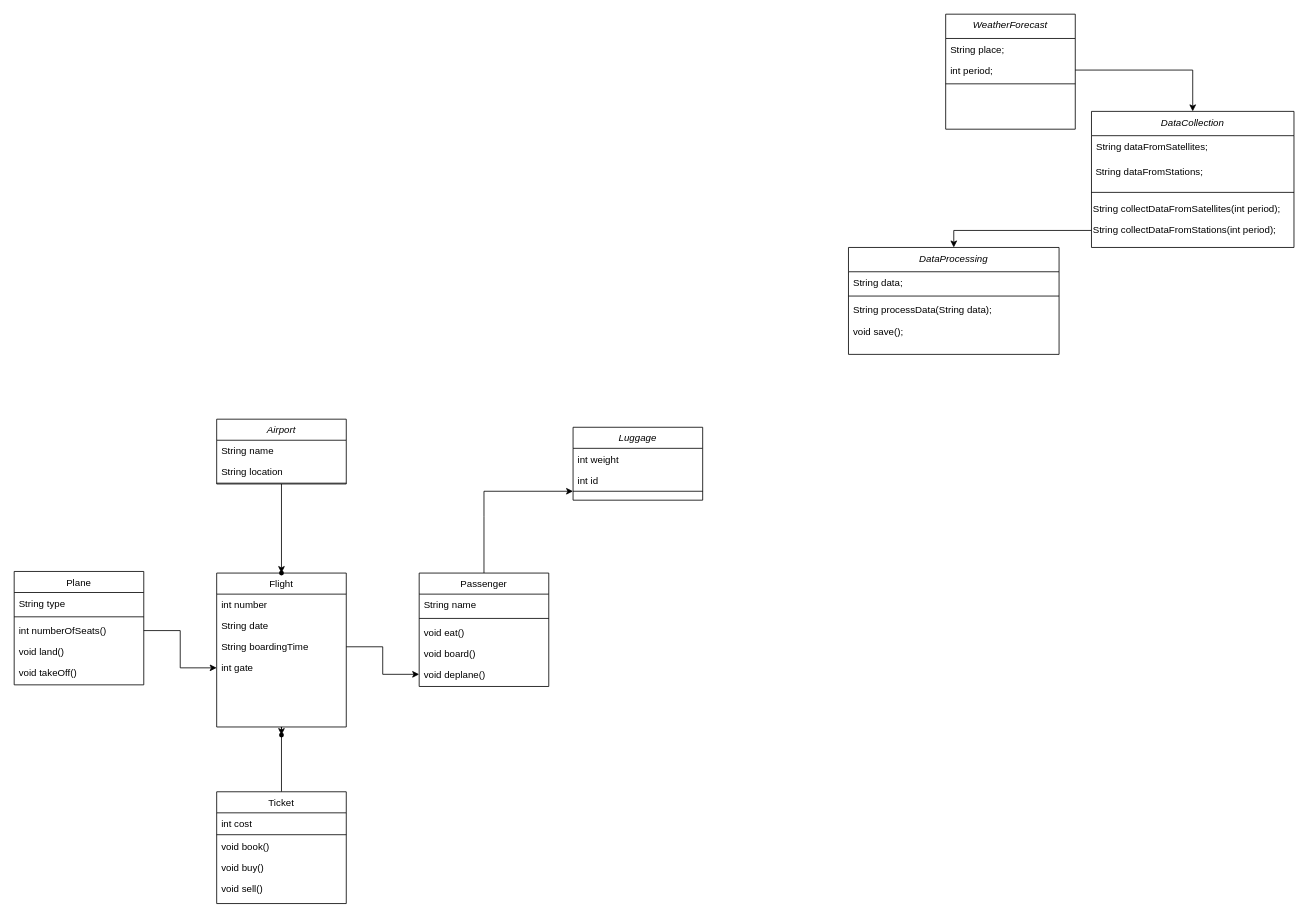
This is Untitled Diagram.drawio from istamendil/istamendil-kfu-programming-java1, a draw.io file, before an edit. Source tidied: cells renumbered, new cells numbered last; positions are measured from the earlier drawing's top-left corner, leaving out a move shared by most shapes. Both pictures are drawn from the tidied source at 81%, with x=0, y=0 at pixel (14, 14).
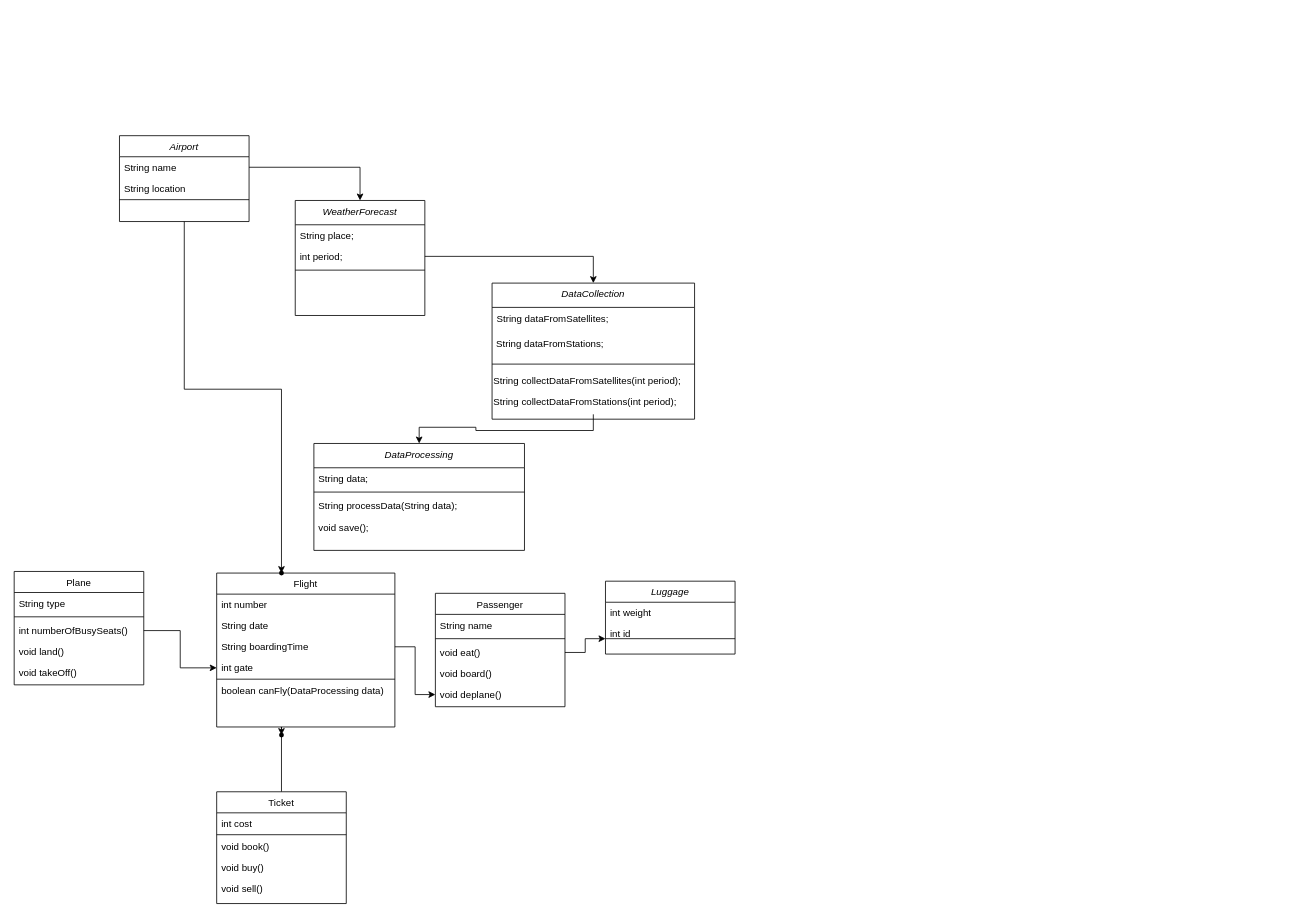
After the change.

Unchanged cells that the change refers to:
```xml
<mxCell id="4" value="String name" style="text;align=left;verticalAlign=top;spacingLeft=4;spacingRight=4;overflow=hidden;points=[[0,0.5],[1,0.5]];portConstraint=eastwest;rounded=0;shadow=0;html=0;" parent="3" vertex="1">
  <mxGeometry y="26" width="160" height="26" as="geometry" />
</mxCell>
<mxCell id="16" value="void eat()" style="text;align=left;verticalAlign=top;spacingLeft=4;spacingRight=4;overflow=hidden;points=[[0,0.5],[1,0.5]];portConstraint=eastwest;rounded=0;shadow=0;html=0;" parent="13" vertex="1">
  <mxGeometry y="60" width="160" height="26" as="geometry" />
</mxCell>
<mxCell id="19" value="Plane" style="swimlane;fontStyle=0;align=center;verticalAlign=top;horizontal=1;startSize=26;rounded=0;shadow=0;strokeWidth=1;" parent="1" vertex="1">
  <mxGeometry y="688" width="160" height="140" as="geometry" />
</mxCell>
```

Change to the diagram source:
```diff
@@
     <mxCell id="3" value="Airport" style="swimlane;fontStyle=2;align=center;verticalAlign=top;horizontal=1;startSize=26;rounded=0;shadow=0;strokeWidth=1;" parent="1" vertex="1">
-      <mxGeometry x="250" y="500" width="160" height="80" as="geometry" />
+      <mxGeometry x="130" y="150" width="160" height="106" as="geometry" />
     </mxCell>
@@
     <mxCell id="7" value="Flight" style="swimlane;fontStyle=0;align=center;verticalAlign=top;horizontal=1;startSize=26;rounded=0;shadow=0;strokeWidth=1;" parent="1" vertex="1">
-      <mxGeometry x="250" y="690" width="160" height="190" as="geometry" />
+      <mxGeometry x="250" y="690" width="220" height="190" as="geometry" />
     </mxCell>
     <mxCell id="8" value="int number" style="text;align=left;verticalAlign=top;spacingLeft=4;spacingRight=4;overflow=hidden;" parent="7" vertex="1">
-      <mxGeometry y="26" width="160" height="26" as="geometry" />
+      <mxGeometry y="26" width="220" height="26" as="geometry" />
     </mxCell>
     <mxCell id="9" value="String date" style="text;align=left;verticalAlign=top;spacingLeft=4;spacingRight=4;overflow=hidden;rounded=0;shadow=0;html=0;" parent="7" vertex="1">
-      <mxGeometry y="52" width="160" height="26" as="geometry" />
+      <mxGeometry y="52" width="220" height="26" as="geometry" />
     </mxCell>
     <mxCell id="10" value="String boardingTime" style="text;align=left;verticalAlign=top;spacingLeft=4;spacingRight=4;overflow=hidden;points=[[0,0.5],[1,0.5]];portConstraint=eastwest;rounded=0;shadow=0;html=0;" parent="7" vertex="1">
-      <mxGeometry y="78" width="160" height="26" as="geometry" />
+      <mxGeometry y="78" width="220" height="26" as="geometry" />
     </mxCell>
     <mxCell id="11" value="int gate" style="text;align=left;verticalAlign=top;spacingLeft=4;spacingRight=4;overflow=hidden;points=[[0,0.5],[1,0.5]];portConstraint=eastwest;rounded=0;shadow=0;html=0;" parent="7" vertex="1">
-      <mxGeometry y="104" width="160" height="26" as="geometry" />
+      <mxGeometry y="104" width="220" height="26" as="geometry" />
     </mxCell>
-    <mxCell id="12" style="edgeStyle=orthogonalEdgeStyle;rounded=0;jettySize=auto;html=1;" parent="1" edge="1" source="13" target="28">
-      <mxGeometry relative="1" as="geometry">
-        <Array as="points">
-          <mxPoint x="580" y="620" />
-          <mxPoint x="580" y="620" />
-        </Array>
-      </mxGeometry>
-    </mxCell>
+    <mxCell id="57" style="line;html=1;strokeWidth=1;align=left;verticalAlign=middle;spacingTop=-1;spacingLeft=3;spacingRight=3;labelPosition=right;" parent="7" vertex="1">
+      <mxGeometry y="130" width="220" height="2" as="geometry" />
+    </mxCell>
+    <mxCell id="58" value="boolean canFly(DataProcessing data)" style="text;align=left;verticalAlign=top;spacingLeft=4;spacingRight=4;overflow=hidden;rounded=0;shadow=0;html=0;" parent="7" vertex="1">
+      <mxGeometry y="132" width="220" height="26" as="geometry" />
+    </mxCell>
     <mxCell id="13" value="Passenger" style="swimlane;fontStyle=0;align=center;verticalAlign=top;horizontal=1;startSize=26;rounded=0;shadow=0;strokeWidth=1;" parent="1" vertex="1">
-      <mxGeometry x="500" y="690" width="160" height="140" as="geometry" />
+      <mxGeometry x="520" y="715" width="160" height="140" as="geometry" />
     </mxCell>
@@
-    <mxCell id="22" value="int numberOfSeats()" style="text;align=left;verticalAlign=top;spacingLeft=4;spacingRight=4;overflow=hidden;points=[[0,0.5],[1,0.5]];portConstraint=eastwest;" parent="19" vertex="1">
+    <mxCell id="22" value="int numberOfBusySeats()" style="text;align=left;verticalAlign=top;spacingLeft=4;spacingRight=4;overflow=hidden;points=[[0,0.5],[1,0.5]];portConstraint=eastwest;" parent="19" vertex="1">
       <mxGeometry y="60" width="160" height="26" as="geometry" />
     </mxCell>
@@
     <mxCell id="25" value="Luggage" style="swimlane;fontStyle=2;align=center;verticalAlign=top;horizontal=1;startSize=26;rounded=0;shadow=0;strokeWidth=1;" parent="1" vertex="1">
-      <mxGeometry x="690" y="510" width="160" height="90" as="geometry" />
+      <mxGeometry x="730" y="700" width="160" height="90" as="geometry" />
     </mxCell>
@@
     <mxCell id="27" value="int id" style="text;align=left;verticalAlign=top;spacingLeft=4;spacingRight=4;overflow=hidden;rounded=0;shadow=0;html=0;" parent="25" vertex="1">
-      <mxGeometry y="52" width="160" height="26" as="geometry" />
+      <mxGeometry y="52" width="160" height="18" as="geometry" />
     </mxCell>
     <mxCell id="28" style="line;html=1;strokeWidth=1;align=left;verticalAlign=middle;spacingTop=-1;spacingLeft=3;spacingRight=3;labelPosition=right;points=[];portConstraint=eastwest;" parent="25" vertex="1">
-      <mxGeometry y="78" width="160" height="2" as="geometry" />
+      <mxGeometry y="70" width="160" height="2" as="geometry" />
     </mxCell>
@@
     <mxCell id="40" value="WeatherForecast" style="swimlane;fontStyle=2;align=center;verticalAlign=top;horizontal=1;startSize=30;rounded=0;shadow=0;strokeWidth=1;" parent="1" vertex="1">
-      <mxGeometry x="1150" width="160" height="142" as="geometry" />
+      <mxGeometry x="347" y="230" width="160" height="142" as="geometry" />
     </mxCell>
@@
     <mxCell id="44" value="DataCollection" style="swimlane;fontStyle=2;align=center;verticalAlign=top;horizontal=1;startSize=30;rounded=0;shadow=0;strokeWidth=1;" parent="1" vertex="1">
-      <mxGeometry x="1330" y="120" width="250" height="168" as="geometry" />
+      <mxGeometry x="590" y="332" width="250" height="168" as="geometry" />
     </mxCell>
@@
     <mxCell id="51" value="DataProcessing" style="swimlane;fontStyle=2;align=center;verticalAlign=top;horizontal=1;startSize=30;rounded=0;shadow=0;strokeWidth=1;" parent="1" vertex="1">
-      <mxGeometry x="1030" y="288" width="260" height="132" as="geometry" />
+      <mxGeometry x="370" y="530" width="260" height="132" as="geometry" />
     </mxCell>
@@
+    <mxCell id="59" style="edgeStyle=orthogonalEdgeStyle;rounded=0;jettySize=auto;html=1;" parent="1" edge="1" source="16" target="28">
+      <mxGeometry relative="1" as="geometry" />
+    </mxCell>
+    <mxCell id="60" style="edgeStyle=orthogonalEdgeStyle;rounded=0;jettySize=auto;html=1;entryX=0.5;entryY=0;entryDx=0;entryDy=0;" parent="1" edge="1" source="4" target="40">
+      <mxGeometry relative="1" as="geometry" />
+    </mxCell>
```
